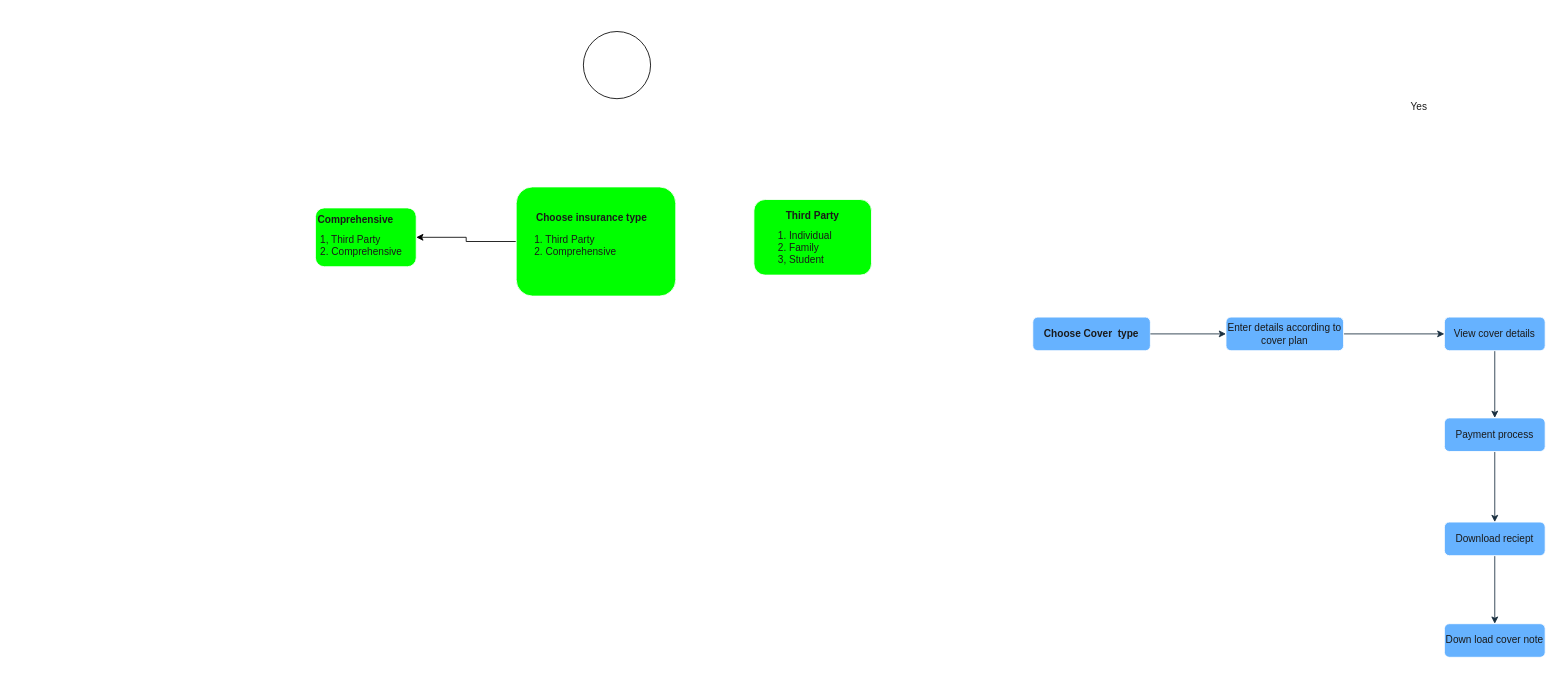
Before: Untitled Diagram.drawio in remigius974/FlutterApps, a draw.io diagram. Source tidied: cells renumbered, new cells numbered last; positions are measured from the earlier drawing's top-left corner, leaving out a move shared by most shapes. Both pictures are drawn from the tidied source at 84%, with x=0, y=0 at pixel (297, 31).
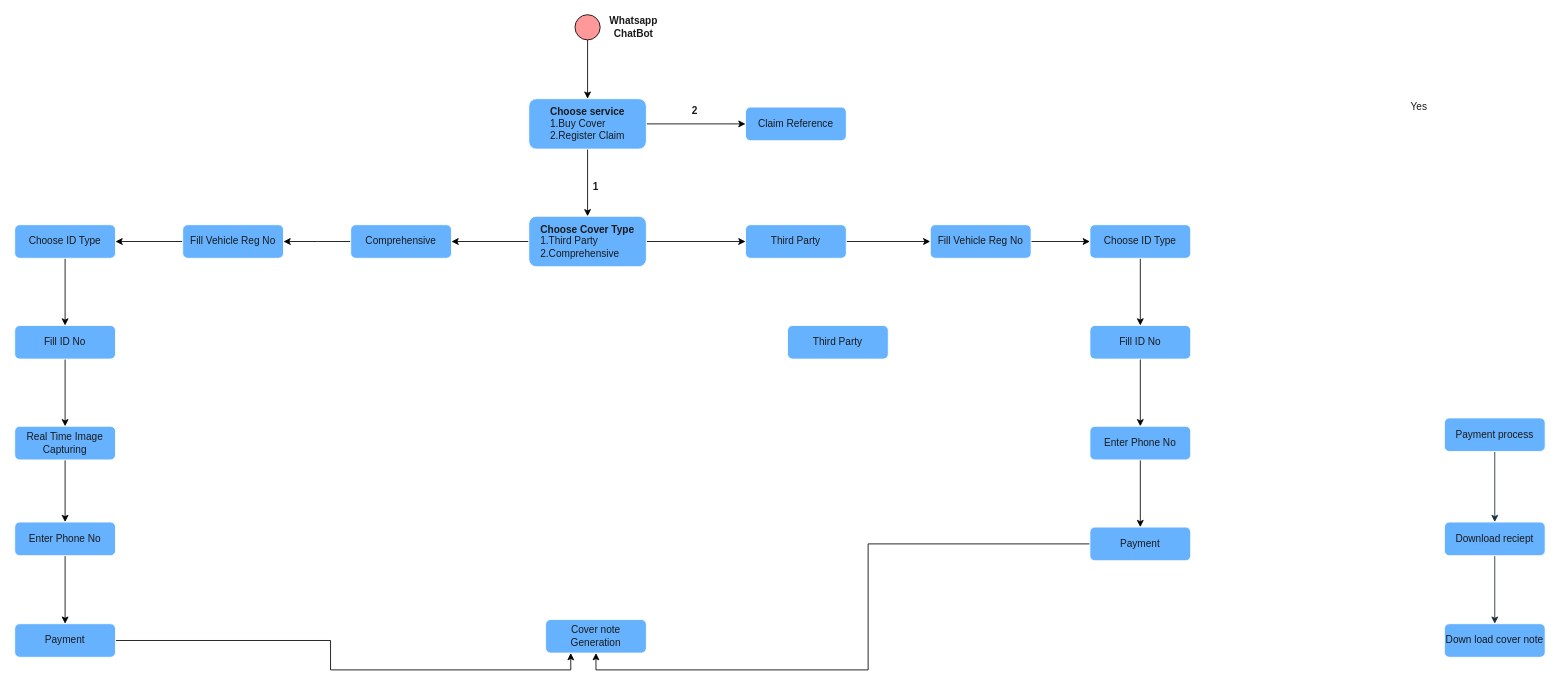
After the change.

The change refers to these unchanged cells:
```xml
<mxCell id="10" value="Payment process" style="rounded=1;whiteSpace=wrap;html=1;fontSize=12;glass=0;strokeWidth=1;shadow=0;labelBackgroundColor=none;fillColor=#66B2FF;strokeColor=#FFFFFF;fontColor=#1A1A1A;" parent="1" vertex="1">
  <mxGeometry x="1366" y="460" width="120" height="40" as="geometry" />
</mxCell>
```

The edit, as a diff of the source:
```diff
@@
-    <mxCell id="3" style="edgeStyle=orthogonalEdgeStyle;rounded=0;jettySize=auto;html=1;" parent="1" edge="1" source="4" target="20">
-      <mxGeometry relative="1" as="geometry" />
-    </mxCell>
-    <mxCell id="4" style="rounded=1;whiteSpace=wrap;html=1;fontSize=12;glass=0;strokeWidth=1;shadow=0;labelBackgroundColor=none;fillColor=#00FF00;strokeColor=#FFFFFF;fontColor=#1A1A1A;" parent="1" vertex="1">
-      <mxGeometry x="261" y="185" width="190" height="130" as="geometry" />
-    </mxCell>
-    <mxCell id="5" style="rounded=1;whiteSpace=wrap;html=1;fontSize=12;glass=0;strokeWidth=1;shadow=0;labelBackgroundColor=none;fillColor=#00FF00;strokeColor=#FFFFFF;fontColor=#1A1A1A;" parent="1" vertex="1">
-      <mxGeometry x="544" y="200" width="140" height="90" as="geometry" />
-    </mxCell>
@@
-    <mxCell id="11" style="edgeStyle=orthogonalEdgeStyle;rounded=0;jettySize=auto;html=1;strokeColor=#182E3E;fontColor=#1A1A1A;" parent="1" edge="1" source="12" target="10">
-      <mxGeometry relative="1" as="geometry" />
-    </mxCell>
-    <mxCell id="12" value="View cover details" style="rounded=1;whiteSpace=wrap;html=1;fontSize=12;glass=0;strokeWidth=1;shadow=0;labelBackgroundColor=none;fillColor=#66B2FF;strokeColor=#FFFFFF;fontColor=#1A1A1A;" parent="1" vertex="1">
-      <mxGeometry x="1366" y="340" width="120" height="40" as="geometry" />
+    <mxCell id="12" value="Claim Reference" style="rounded=1;whiteSpace=wrap;html=1;fontSize=12;glass=0;strokeWidth=1;shadow=0;labelBackgroundColor=none;fillColor=#66B2FF;strokeColor=#FFFFFF;fontColor=#1A1A1A;" parent="1" vertex="1">
+      <mxGeometry x="534" y="90" width="120" height="40" as="geometry" />
     </mxCell>
-    <mxCell id="13" value="&lt;b&gt;Choose insurance type&lt;br&gt;&lt;/b&gt;" style="text;strokeColor=none;align=center;fillColor=none;html=1;verticalAlign=middle;whiteSpace=wrap;rounded=1;labelBackgroundColor=none;fontColor=#1A1A1A;" parent="1" vertex="1">
-      <mxGeometry x="281" y="207" width="140" height="30" as="geometry" />
-    </mxCell>
-    <mxCell id="14" value="&lt;div&gt;1. Third Party&lt;br&gt;&lt;/div&gt;&lt;div&gt;2. Comprehensive&lt;br&gt;&lt;/div&gt;" style="text;strokeColor=none;align=left;fillColor=none;html=1;verticalAlign=middle;whiteSpace=wrap;rounded=1;labelBackgroundColor=none;fontColor=#1A1A1A;" parent="1" vertex="1">
-      <mxGeometry x="281" y="230" width="120" height="50" as="geometry" />
-    </mxCell>
-    <mxCell id="15" style="rounded=1;whiteSpace=wrap;html=1;fillColor=#66B2FF;strokeColor=#FFFFFF;fontColor=#1A1A1A;glass=0;strokeWidth=1;shadow=0;labelBackgroundColor=none;" parent="1" vertex="1">
-      <mxGeometry x="876" y="340" width="140" height="40" as="geometry" />
-    </mxCell>
-    <mxCell id="16" style="edgeStyle=orthogonalEdgeStyle;rounded=0;jettySize=auto;html=1;strokeColor=#182E3E;fontColor=#1A1A1A;" parent="1" edge="1" source="17" target="24">
-      <mxGeometry relative="1" as="geometry" />
-    </mxCell>
-    <mxCell id="17" value="&lt;b&gt;Choose Cover&amp;nbsp; type&lt;br&gt;&lt;/b&gt;" style="text;strokeColor=none;align=center;fillColor=none;html=1;verticalAlign=middle;whiteSpace=wrap;rounded=1;labelBackgroundColor=none;fontColor=#1A1A1A;" parent="1" vertex="1">
-      <mxGeometry x="876" y="345" width="140" height="30" as="geometry" />
+    <mxCell id="17" value="&lt;b&gt;2&lt;/b&gt;" style="text;strokeColor=none;align=center;fillColor=none;html=1;verticalAlign=middle;whiteSpace=wrap;rounded=1;labelBackgroundColor=none;fontColor=#1A1A1A;" parent="1" vertex="1">
+      <mxGeometry x="434" y="80" width="80" height="30" as="geometry" />
     </mxCell>
-    <mxCell id="18" value="&lt;b&gt;Third Party&lt;br&gt;&lt;/b&gt;" style="text;strokeColor=none;align=center;fillColor=none;html=1;verticalAlign=middle;whiteSpace=wrap;rounded=1;labelBackgroundColor=none;fontColor=#1A1A1A;" parent="1" vertex="1">
-      <mxGeometry x="544" y="205" width="140" height="30" as="geometry" />
-    </mxCell>
-    <mxCell id="19" value="&lt;div&gt;1. Individual&lt;br&gt;&lt;/div&gt;&lt;div&gt;2. Family&lt;/div&gt;&lt;div&gt;3, Student&lt;br&gt;&lt;/div&gt;&lt;div&gt;&lt;br&gt;&lt;/div&gt;&lt;div&gt;&lt;br&gt; &lt;/div&gt;" style="text;strokeColor=none;align=left;fillColor=none;html=1;verticalAlign=middle;whiteSpace=wrap;rounded=1;labelBackgroundColor=none;fontColor=#1A1A1A;" parent="1" vertex="1">
-      <mxGeometry x="571" y="247" width="120" height="50" as="geometry" />
-    </mxCell>
-    <mxCell id="20" style="rounded=1;whiteSpace=wrap;html=1;fontSize=12;glass=0;strokeWidth=1;shadow=0;labelBackgroundColor=none;fillColor=#00FF00;strokeColor=#FFFFFF;fontColor=#1A1A1A;" parent="1" vertex="1">
-      <mxGeometry x="22" y="210" width="120" height="70" as="geometry" />
-    </mxCell>
-    <mxCell id="21" value="&lt;b&gt;Comprehensive&lt;/b&gt;" style="text;strokeColor=none;align=center;fillColor=none;html=1;verticalAlign=middle;whiteSpace=wrap;rounded=1;labelBackgroundColor=none;fontColor=#1A1A1A;" parent="1" vertex="1">
-      <mxGeometry y="210" width="140" height="30" as="geometry" />
-    </mxCell>
-    <mxCell id="22" value="&lt;div&gt;1, Third Party&lt;/div&gt;&lt;div&gt;2. Comprehensive&lt;br&gt;&lt;/div&gt;" style="text;strokeColor=none;align=left;fillColor=none;html=1;verticalAlign=middle;whiteSpace=wrap;rounded=1;labelBackgroundColor=none;fontColor=#1A1A1A;" parent="1" vertex="1">
-      <mxGeometry x="26" y="230" width="110" height="50" as="geometry" />
-    </mxCell>
+    <mxCell id="26" style="edgeStyle=orthogonalEdgeStyle;rounded=0;jettySize=auto;html=1;" parent="1" edge="1" source="24" target="30">
+      <mxGeometry relative="1" as="geometry" />
+    </mxCell>
-    <mxCell id="23" style="edgeStyle=orthogonalEdgeStyle;rounded=0;jettySize=auto;html=1;strokeColor=#182E3E;fontColor=#1A1A1A;" parent="1" edge="1" source="24" target="12">
+    <mxCell id="23" style="edgeStyle=orthogonalEdgeStyle;rounded=0;jettySize=auto;html=1;" parent="1" edge="1" source="24" target="12">
       <mxGeometry relative="1" as="geometry" />
     </mxCell>
-    <mxCell id="24" value="Enter details according to cover plan" style="rounded=1;whiteSpace=wrap;html=1;fontSize=12;glass=0;strokeWidth=1;shadow=0;labelBackgroundColor=none;fillColor=#66B2FF;strokeColor=#FFFFFF;fontColor=#1A1A1A;" parent="1" vertex="1">
-      <mxGeometry x="1106" y="340" width="140" height="40" as="geometry" />
+    <mxCell id="24" value="&lt;div&gt;&lt;b&gt;Choose service&lt;/b&gt;&lt;/div&gt;&lt;div align=&quot;left&quot;&gt;1.Buy Cover&lt;/div&gt;&lt;div align=&quot;left&quot;&gt;2.Register Claim&lt;br&gt;&lt;/div&gt;" style="rounded=1;whiteSpace=wrap;html=1;fontSize=12;glass=0;strokeWidth=1;shadow=0;labelBackgroundColor=none;fillColor=#66B2FF;strokeColor=#FFFFFF;fontColor=#1A1A1A;" parent="1" vertex="1">
+      <mxGeometry x="276" y="80" width="140" height="60" as="geometry" />
     </mxCell>
+    <mxCell id="27" style="edgeStyle=orthogonalEdgeStyle;rounded=0;jettySize=auto;html=1;" parent="1" edge="1" source="25" target="24">
+      <mxGeometry relative="1" as="geometry" />
+    </mxCell>
-    <mxCell id="25" style="ellipse;whiteSpace=wrap;html=1;" parent="1" vertex="1">
-      <mxGeometry x="341" width="80" height="80" as="geometry" />
+    <mxCell id="25" style="ellipse;whiteSpace=wrap;html=1;fillColor=#FF9999;" parent="1" vertex="1">
+      <mxGeometry x="331" y="-20" width="30" height="30" as="geometry" />
     </mxCell>
+    <mxCell id="28" style="edgeStyle=orthogonalEdgeStyle;rounded=0;jettySize=auto;html=1;" parent="1" edge="1" source="30" target="33">
+      <mxGeometry relative="1" as="geometry" />
+    </mxCell>
+    <mxCell id="29" style="edgeStyle=orthogonalEdgeStyle;rounded=0;jettySize=auto;html=1;" parent="1" edge="1" source="30" target="21">
+      <mxGeometry relative="1" as="geometry" />
+    </mxCell>
+    <mxCell id="30" value="&lt;div&gt;&lt;b&gt;Choose Cover Type&lt;/b&gt;&lt;/div&gt;&lt;div align=&quot;left&quot;&gt;1.Third Party&lt;/div&gt;&lt;div align=&quot;left&quot;&gt;2.Comprehensive&lt;br&gt;&lt;/div&gt;" style="rounded=1;whiteSpace=wrap;html=1;fontSize=12;glass=0;strokeWidth=1;shadow=0;labelBackgroundColor=none;fillColor=#66B2FF;strokeColor=#FFFFFF;fontColor=#1A1A1A;" parent="1" vertex="1">
+      <mxGeometry x="276" y="220" width="140" height="60" as="geometry" />
+    </mxCell>
+    <mxCell id="31" value="&lt;b&gt;1&lt;/b&gt;" style="text;strokeColor=none;align=center;fillColor=none;html=1;verticalAlign=middle;whiteSpace=wrap;rounded=1;labelBackgroundColor=none;fontColor=#1A1A1A;" parent="1" vertex="1">
+      <mxGeometry x="331" y="170" width="50" height="30" as="geometry" />
+    </mxCell>
+    <mxCell id="32" style="edgeStyle=orthogonalEdgeStyle;rounded=0;jettySize=auto;html=1;" parent="1" edge="1" source="33" target="36">
+      <mxGeometry relative="1" as="geometry" />
+    </mxCell>
+    <mxCell id="33" value="Third Party" style="rounded=1;whiteSpace=wrap;html=1;fontSize=12;glass=0;strokeWidth=1;shadow=0;labelBackgroundColor=none;fillColor=#66B2FF;strokeColor=#FFFFFF;fontColor=#1A1A1A;" parent="1" vertex="1">
+      <mxGeometry x="534" y="230" width="120" height="40" as="geometry" />
+    </mxCell>
+    <mxCell id="34" style="edgeStyle=orthogonalEdgeStyle;rounded=0;jettySize=auto;html=1;" parent="1" edge="1" source="21">
+      <mxGeometry relative="1" as="geometry">
+        <mxPoint x="-16" y="250" as="targetPoint" />
+      </mxGeometry>
+    </mxCell>
+    <mxCell id="21" value="Comprehensive" style="rounded=1;whiteSpace=wrap;html=1;fontSize=12;glass=0;strokeWidth=1;shadow=0;labelBackgroundColor=none;fillColor=#66B2FF;strokeColor=#FFFFFF;fontColor=#1A1A1A;" parent="1" vertex="1">
+      <mxGeometry x="64" y="230" width="120" height="40" as="geometry" />
+    </mxCell>
+    <mxCell id="35" style="edgeStyle=orthogonalEdgeStyle;rounded=0;jettySize=auto;html=1;" parent="1" edge="1" source="36" target="41">
+      <mxGeometry relative="1" as="geometry" />
+    </mxCell>
+    <mxCell id="36" value="Fill Vehicle Reg No" style="rounded=1;whiteSpace=wrap;html=1;fontSize=12;glass=0;strokeWidth=1;shadow=0;labelBackgroundColor=none;fillColor=#66B2FF;strokeColor=#FFFFFF;fontColor=#1A1A1A;" parent="1" vertex="1">
+      <mxGeometry x="754" y="230" width="120" height="40" as="geometry" />
+    </mxCell>
+    <mxCell id="37" value="Third Party" style="rounded=1;whiteSpace=wrap;html=1;fontSize=12;glass=0;strokeWidth=1;shadow=0;labelBackgroundColor=none;fillColor=#66B2FF;strokeColor=#FFFFFF;fontColor=#1A1A1A;" parent="1" vertex="1">
+      <mxGeometry x="584" y="350" width="120" height="40" as="geometry" />
+    </mxCell>
+    <mxCell id="38" style="edgeStyle=orthogonalEdgeStyle;rounded=0;jettySize=auto;html=1;" parent="1" edge="1" source="39" target="48">
+      <mxGeometry relative="1" as="geometry" />
+    </mxCell>
+    <mxCell id="39" value="Fill ID No" style="rounded=1;whiteSpace=wrap;html=1;fontSize=12;glass=0;strokeWidth=1;shadow=0;labelBackgroundColor=none;fillColor=#66B2FF;strokeColor=#FFFFFF;fontColor=#1A1A1A;" parent="1" vertex="1">
+      <mxGeometry x="944" y="350" width="120" height="40" as="geometry" />
+    </mxCell>
+    <mxCell id="40" style="edgeStyle=orthogonalEdgeStyle;rounded=0;jettySize=auto;html=1;" parent="1" edge="1" source="41" target="39">
+      <mxGeometry relative="1" as="geometry" />
+    </mxCell>
+    <mxCell id="41" value="Choose ID Type" style="rounded=1;whiteSpace=wrap;html=1;fontSize=12;glass=0;strokeWidth=1;shadow=0;labelBackgroundColor=none;fillColor=#66B2FF;strokeColor=#FFFFFF;fontColor=#1A1A1A;" parent="1" vertex="1">
+      <mxGeometry x="944" y="230" width="120" height="40" as="geometry" />
+    </mxCell>
+    <mxCell id="42" value="Cover note Generation" style="rounded=1;whiteSpace=wrap;html=1;fontSize=12;glass=0;strokeWidth=1;shadow=0;labelBackgroundColor=none;fillColor=#66B2FF;strokeColor=#FFFFFF;fontColor=#1A1A1A;" parent="1" vertex="1">
+      <mxGeometry x="296" y="700" width="120" height="40" as="geometry" />
+    </mxCell>
+    <mxCell id="43" style="edgeStyle=orthogonalEdgeStyle;rounded=0;jettySize=auto;html=1;" parent="1" edge="1" source="44" target="57">
+      <mxGeometry relative="1" as="geometry" />
+    </mxCell>
+    <mxCell id="44" value="Real Time Image Capturing" style="rounded=1;whiteSpace=wrap;html=1;fontSize=12;glass=0;strokeWidth=1;shadow=0;labelBackgroundColor=none;fillColor=#66B2FF;strokeColor=#FFFFFF;fontColor=#1A1A1A;" parent="1" vertex="1">
+      <mxGeometry x="-336" y="470" width="120" height="40" as="geometry" />
+    </mxCell>
+    <mxCell id="45" style="edgeStyle=orthogonalEdgeStyle;rounded=0;jettySize=auto;html=1;entryX=0.5;entryY=1;entryDx=0;entryDy=0;" parent="1" edge="1" source="46" target="42">
+      <mxGeometry relative="1" as="geometry" />
+    </mxCell>
+    <mxCell id="46" value="Payment" style="rounded=1;whiteSpace=wrap;html=1;fontSize=12;glass=0;strokeWidth=1;shadow=0;labelBackgroundColor=none;fillColor=#66B2FF;strokeColor=#FFFFFF;fontColor=#1A1A1A;" parent="1" vertex="1">
+      <mxGeometry x="944" y="590" width="120" height="40" as="geometry" />
+    </mxCell>
+    <mxCell id="47" style="edgeStyle=orthogonalEdgeStyle;rounded=0;jettySize=auto;html=1;" parent="1" edge="1" source="48" target="46">
+      <mxGeometry relative="1" as="geometry" />
+    </mxCell>
+    <mxCell id="48" value="Enter Phone No" style="rounded=1;whiteSpace=wrap;html=1;fontSize=12;glass=0;strokeWidth=1;shadow=0;labelBackgroundColor=none;fillColor=#66B2FF;strokeColor=#FFFFFF;fontColor=#1A1A1A;" parent="1" vertex="1">
+      <mxGeometry x="944" y="470" width="120" height="40" as="geometry" />
+    </mxCell>
+    <mxCell id="49" value="&lt;b&gt;Whatsapp ChatBot&lt;br&gt;&lt;/b&gt;" style="text;strokeColor=none;align=center;fillColor=none;html=1;verticalAlign=middle;whiteSpace=wrap;rounded=1;labelBackgroundColor=none;fontColor=#1A1A1A;" parent="1" vertex="1">
+      <mxGeometry x="361" y="-20" width="80" height="30" as="geometry" />
+    </mxCell>
+    <mxCell id="50" style="edgeStyle=orthogonalEdgeStyle;rounded=0;jettySize=auto;html=1;" parent="1" edge="1" source="51" target="53">
+      <mxGeometry relative="1" as="geometry" />
+    </mxCell>
+    <mxCell id="51" value="Fill Vehicle Reg No" style="rounded=1;whiteSpace=wrap;html=1;fontSize=12;glass=0;strokeWidth=1;shadow=0;labelBackgroundColor=none;fillColor=#66B2FF;strokeColor=#FFFFFF;fontColor=#1A1A1A;" parent="1" vertex="1">
+      <mxGeometry x="-136" y="230" width="120" height="40" as="geometry" />
+    </mxCell>
+    <mxCell id="52" style="edgeStyle=orthogonalEdgeStyle;rounded=0;jettySize=auto;html=1;" parent="1" edge="1" source="53" target="55">
+      <mxGeometry relative="1" as="geometry" />
+    </mxCell>
+    <mxCell id="53" value="Choose ID Type" style="rounded=1;whiteSpace=wrap;html=1;fontSize=12;glass=0;strokeWidth=1;shadow=0;labelBackgroundColor=none;fillColor=#66B2FF;strokeColor=#FFFFFF;fontColor=#1A1A1A;" parent="1" vertex="1">
+      <mxGeometry x="-336" y="230" width="120" height="40" as="geometry" />
+    </mxCell>
+    <mxCell id="54" style="edgeStyle=orthogonalEdgeStyle;rounded=0;jettySize=auto;html=1;" parent="1" edge="1" source="55" target="44">
+      <mxGeometry relative="1" as="geometry" />
+    </mxCell>
+    <mxCell id="55" value="Fill ID No" style="rounded=1;whiteSpace=wrap;html=1;fontSize=12;glass=0;strokeWidth=1;shadow=0;labelBackgroundColor=none;fillColor=#66B2FF;strokeColor=#FFFFFF;fontColor=#1A1A1A;" parent="1" vertex="1">
+      <mxGeometry x="-336" y="350" width="120" height="40" as="geometry" />
+    </mxCell>
+    <mxCell id="56" style="edgeStyle=orthogonalEdgeStyle;rounded=0;jettySize=auto;html=1;" parent="1" edge="1" source="57" target="59">
+      <mxGeometry relative="1" as="geometry" />
+    </mxCell>
+    <mxCell id="57" value="Enter Phone No" style="rounded=1;whiteSpace=wrap;html=1;fontSize=12;glass=0;strokeWidth=1;shadow=0;labelBackgroundColor=none;fillColor=#66B2FF;strokeColor=#FFFFFF;fontColor=#1A1A1A;" parent="1" vertex="1">
+      <mxGeometry x="-336" y="584" width="120" height="40" as="geometry" />
+    </mxCell>
+    <mxCell id="58" style="edgeStyle=orthogonalEdgeStyle;rounded=0;jettySize=auto;html=1;entryX=0.25;entryY=1;entryDx=0;entryDy=0;" parent="1" edge="1" source="59" target="42">
+      <mxGeometry relative="1" as="geometry" />
+    </mxCell>
+    <mxCell id="59" value="Payment" style="rounded=1;whiteSpace=wrap;html=1;fontSize=12;glass=0;strokeWidth=1;shadow=0;labelBackgroundColor=none;fillColor=#66B2FF;strokeColor=#FFFFFF;fontColor=#1A1A1A;" parent="1" vertex="1">
+      <mxGeometry x="-336" y="705" width="120" height="40" as="geometry" />
+    </mxCell>
```
